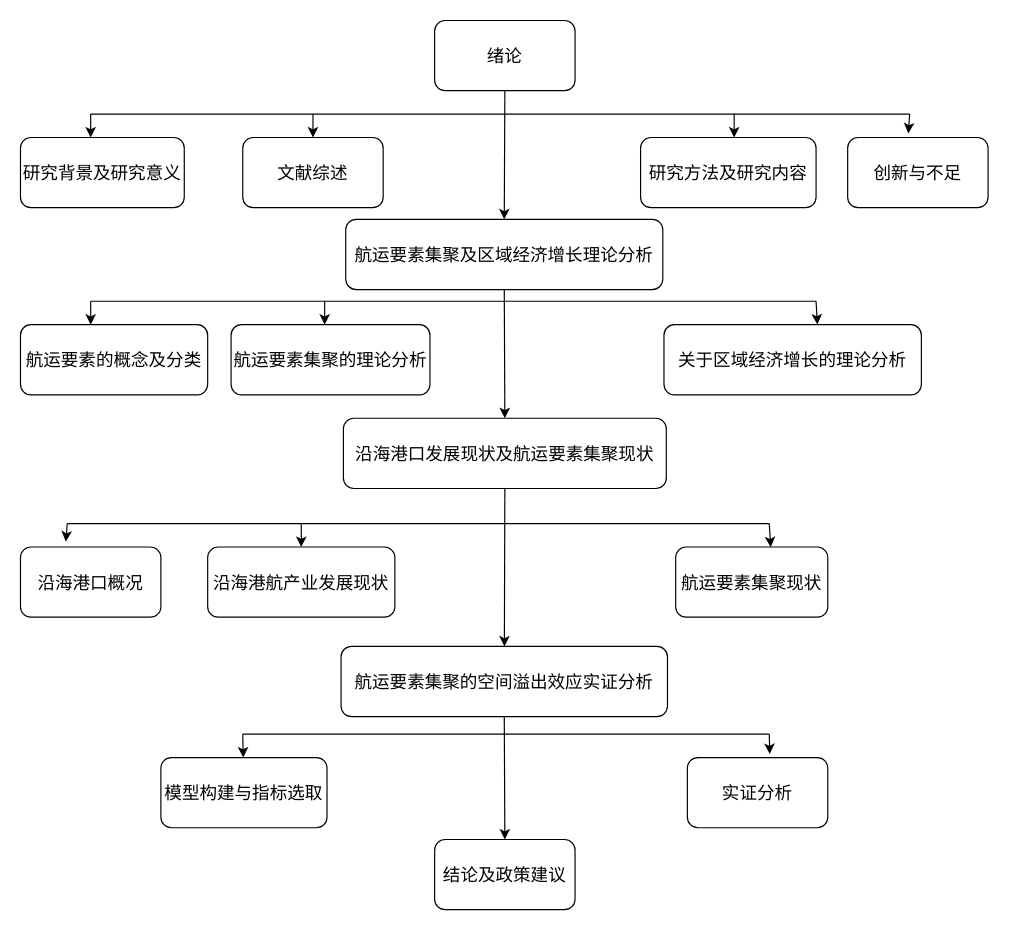
Before: page "Page-1" (1 of 2) of Untitled Diagram.drawio in lovelyxin1998/tokens, a draw.io diagram. Source tidied: cells renumbered, new cells numbered last; positions are measured from the earlier drawing's top-left corner, leaving out a move shared by most shapes. Both pictures are drawn from the tidied source at 117%, with x=0, y=0 at pixel (20, 20).
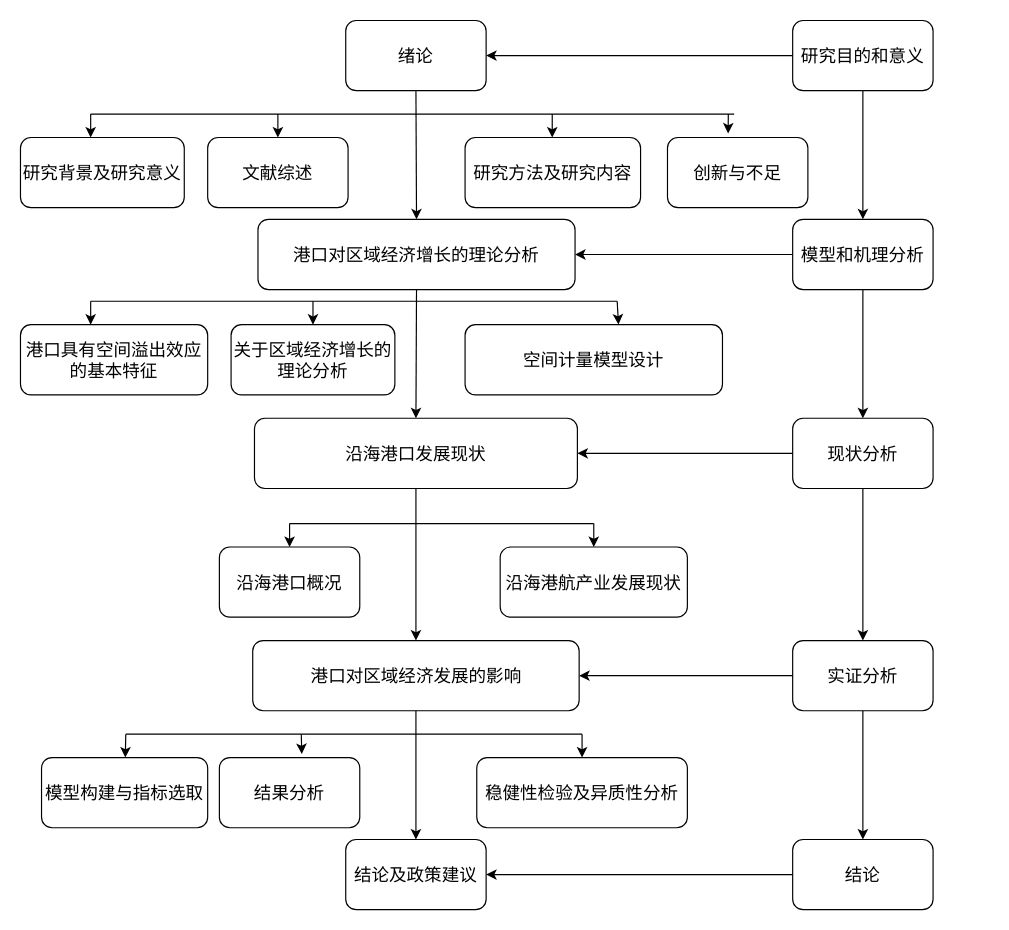
The same page after the edit.

What changed in the source:
```diff
@@
     <mxCell id="2" value="文献综述" style="rounded=1;whiteSpace=wrap;html=1;fontSize=15;" parent="1" vertex="1">
-      <mxGeometry x="190" y="100" width="120" height="60" as="geometry" />
+      <mxGeometry x="160" y="100" width="120" height="60" as="geometry" />
     </mxCell>
@@
     <mxCell id="4" value="研究方法及研究内容" style="rounded=1;whiteSpace=wrap;html=1;fontSize=15;" parent="1" vertex="1">
-      <mxGeometry x="530" y="100" width="150" height="60" as="geometry" />
+      <mxGeometry x="380" y="100" width="150" height="60" as="geometry" />
     </mxCell>
     <mxCell id="5" value="创新与不足" style="rounded=1;whiteSpace=wrap;html=1;fontSize=15;" parent="1" vertex="1">
-      <mxGeometry x="707" y="100" width="120" height="60" as="geometry" />
+      <mxGeometry x="553" y="100" width="120" height="60" as="geometry" />
     </mxCell>
-    <mxCell id="6" value="航运要素集聚及区域经济增长理论分析" style="rounded=1;whiteSpace=wrap;html=1;fontSize=15;" parent="1" vertex="1">
-      <mxGeometry x="278" y="170" width="271" height="60" as="geometry" />
+    <mxCell id="6" value="港口对区域经济增长的理论分析" style="rounded=1;whiteSpace=wrap;html=1;fontSize=15;" parent="1" vertex="1">
+      <mxGeometry x="203" y="170" width="271" height="60" as="geometry" />
     </mxCell>
-    <mxCell id="7" value="沿海港口发展现状及航运要素集聚现状" style="rounded=1;whiteSpace=wrap;html=1;fontSize=15;" parent="1" vertex="1">
-      <mxGeometry x="276" y="340" width="276" height="60" as="geometry" />
+    <mxCell id="7" value="沿海港口发展现状" style="rounded=1;whiteSpace=wrap;html=1;fontSize=15;" parent="1" vertex="1">
+      <mxGeometry x="200" y="340" width="276" height="60" as="geometry" />
     </mxCell>
-    <mxCell id="8" value="航运要素集聚的空间溢出效应实证分析" style="rounded=1;whiteSpace=wrap;html=1;fontSize=15;" parent="1" vertex="1">
-      <mxGeometry x="274" y="535" width="279" height="60" as="geometry" />
+    <mxCell id="8" value="港口对区域经济发展的影响" style="rounded=1;whiteSpace=wrap;html=1;fontSize=15;" parent="1" vertex="1">
+      <mxGeometry x="198.5" y="530" width="279" height="60" as="geometry" />
     </mxCell>
     <mxCell id="9" value="结论及政策建议" style="rounded=1;whiteSpace=wrap;html=1;fontSize=15;" parent="1" vertex="1">
-      <mxGeometry x="354" y="700" width="120" height="60" as="geometry" />
+      <mxGeometry x="278" y="700" width="120" height="60" as="geometry" />
     </mxCell>
     <mxCell id="10" value="绪论" style="rounded=1;whiteSpace=wrap;html=1;fontSize=15;" parent="1" vertex="1">
-      <mxGeometry x="354" width="120" height="60" as="geometry" />
+      <mxGeometry x="278" width="120" height="60" as="geometry" />
     </mxCell>
     <mxCell id="11" style="endArrow=none;html=1;rounded=0;fontSize=15;" parent="1" edge="1">
       <mxGeometry relative="1" as="geometry">
         <mxPoint x="60" y="80" as="sourcePoint" />
-        <mxPoint x="760" y="80" as="targetPoint" />
+        <mxPoint x="610" y="80" as="targetPoint" />
       </mxGeometry>
     </mxCell>
@@
-    <mxCell id="14" value="航运要素的概念及分类" style="rounded=1;whiteSpace=wrap;html=1;fontSize=15;" parent="1" vertex="1">
+    <mxCell id="14" value="港口具有空间溢出效应的基本特征" style="rounded=1;whiteSpace=wrap;html=1;fontSize=15;" parent="1" vertex="1">
       <mxGeometry y="260" width="160" height="60" as="geometry" />
     </mxCell>
-    <mxCell id="15" value="航运要素集聚的理论分析" style="rounded=1;whiteSpace=wrap;html=1;fontSize=15;" parent="1" vertex="1">
-      <mxGeometry x="180" y="260" width="170" height="60" as="geometry" />
+    <mxCell id="15" value="关于区域经济增长的理论分析" style="rounded=1;whiteSpace=wrap;html=1;fontSize=15;" parent="1" vertex="1">
+      <mxGeometry x="180" y="260" width="140" height="60" as="geometry" />
     </mxCell>
-    <mxCell id="16" value="关于区域经济增长的理论分析" style="rounded=1;whiteSpace=wrap;html=1;fontSize=15;" parent="1" vertex="1">
-      <mxGeometry x="550" y="260" width="220" height="60" as="geometry" />
+    <mxCell id="16" value="空间计量模型设计" style="rounded=1;whiteSpace=wrap;html=1;fontSize=15;" parent="1" vertex="1">
+      <mxGeometry x="380" y="260" width="220" height="60" as="geometry" />
     </mxCell>
     <mxCell id="17" value="沿海港口概况" style="rounded=1;whiteSpace=wrap;html=1;fontSize=15;" parent="1" vertex="1">
-      <mxGeometry y="450" width="120" height="60" as="geometry" />
+      <mxGeometry x="170" y="450" width="120" height="60" as="geometry" />
     </mxCell>
     <mxCell id="18" value="沿海港航产业发展现状" style="rounded=1;whiteSpace=wrap;html=1;fontSize=15;" parent="1" vertex="1">
-      <mxGeometry x="160" y="450" width="160" height="60" as="geometry" />
+      <mxGeometry x="410" y="450" width="160" height="60" as="geometry" />
     </mxCell>
-    <mxCell id="19" value="航运要素集聚现状" style="rounded=1;whiteSpace=wrap;html=1;fontSize=15;" parent="1" vertex="1">
-      <mxGeometry x="560" y="450" width="130" height="60" as="geometry" />
-    </mxCell>
     <mxCell id="20" value="模型构建与指标选取" style="rounded=1;whiteSpace=wrap;html=1;fontSize=15;" parent="1" vertex="1">
-      <mxGeometry x="120" y="630" width="142" height="60" as="geometry" />
+      <mxGeometry x="18" y="630" width="142" height="60" as="geometry" />
     </mxCell>
-    <mxCell id="21" value="实证分析" style="rounded=1;whiteSpace=wrap;html=1;fontSize=15;" parent="1" vertex="1">
-      <mxGeometry x="570" y="630" width="120" height="60" as="geometry" />
+    <mxCell id="21" value="结果分析" style="rounded=1;whiteSpace=wrap;html=1;fontSize=15;" parent="1" vertex="1">
+      <mxGeometry x="170" y="630" width="120" height="60" as="geometry" />
     </mxCell>
@@
     <mxCell id="25" style="endArrow=none;html=1;rounded=0;fontSize=15;" parent="1" edge="1">
       <mxGeometry relative="1" as="geometry">
         <mxPoint x="60" y="240" as="sourcePoint" />
-        <mxPoint x="680" y="240" as="targetPoint" />
+        <mxPoint x="510" y="240" as="targetPoint" />
       </mxGeometry>
     </mxCell>
-    <mxCell id="26" style="endArrow=none;html=1;rounded=0;fontSize=15;" parent="1" edge="1">
-      <mxGeometry relative="1" as="geometry">
-        <mxPoint x="40" y="430" as="sourcePoint" />
-        <mxPoint x="640" y="430" as="targetPoint" />
-      </mxGeometry>
-    </mxCell>
@@
     <mxCell id="28" style="endArrow=none;html=1;rounded=0;fontSize=15;" parent="1" edge="1">
       <mxGeometry relative="1" as="geometry">
-        <mxPoint x="190" y="610" as="sourcePoint" />
-        <mxPoint x="640" y="610" as="targetPoint" />
+        <mxPoint x="90" y="610" as="sourcePoint" />
+        <mxPoint x="480" y="610" as="targetPoint" />
       </mxGeometry>
     </mxCell>
     <mxCell id="29" style="endArrow=classic;html=1;rounded=0;fontSize=15;" parent="1" edge="1" target="20">
       <mxGeometry relative="1" as="geometry">
-        <mxPoint x="190" y="610" as="sourcePoint" />
+        <mxPoint x="90" y="610" as="sourcePoint" />
       </mxGeometry>
     </mxCell>
     <mxCell id="30" style="endArrow=classic;html=1;rounded=0;fontSize=15;entryX=0.587;entryY=-0.05;entryDx=0;entryDy=0;entryPerimeter=0;" parent="1" edge="1" target="21">
       <mxGeometry relative="1" as="geometry">
-        <mxPoint x="640" y="610" as="sourcePoint" />
+        <mxPoint x="240" y="610" as="sourcePoint" />
       </mxGeometry>
     </mxCell>
-    <mxCell id="31" style="endArrow=classic;html=1;rounded=0;fontSize=15;entryX=0.323;entryY=-0.077;entryDx=0;entryDy=0;entryPerimeter=0;" parent="1" edge="1" target="17">
+    <mxCell id="31" style="endArrow=classic;html=1;rounded=0;fontSize=15;entryX=0.5;entryY=0;entryDx=0;entryDy=0;" parent="1" edge="1" target="17">
       <mxGeometry relative="1" as="geometry">
-        <mxPoint x="40" y="430" as="sourcePoint" />
+        <mxPoint x="230" y="430" as="sourcePoint" />
       </mxGeometry>
     </mxCell>
-    <mxCell id="32" style="endArrow=classic;html=1;rounded=0;fontSize=15;" parent="1" edge="1" target="18">
-      <mxGeometry relative="1" as="geometry">
-        <mxPoint x="240" y="430" as="sourcePoint" />
-      </mxGeometry>
-    </mxCell>
-    <mxCell id="33" style="endArrow=classic;html=1;rounded=0;fontSize=15;entryX=0.625;entryY=0.003;entryDx=0;entryDy=0;entryPerimeter=0;" parent="1" edge="1" target="19">
+    <mxCell id="33" style="endArrow=classic;html=1;rounded=0;fontSize=15;entryX=0.5;entryY=0;entryDx=0;entryDy=0;" parent="1" edge="1" target="18">
       <mxGeometry relative="1" as="geometry">
-        <mxPoint x="640" y="430" as="sourcePoint" />
+        <mxPoint x="490" y="430" as="sourcePoint" />
       </mxGeometry>
     </mxCell>
-    <mxCell id="34" style="endArrow=classic;html=1;rounded=0;fontSize=15;" parent="1" edge="1">
+    <mxCell id="34" style="endArrow=classic;html=1;rounded=0;fontSize=15;entryX=0.5;entryY=0;entryDx=0;entryDy=0;" parent="1" edge="1" target="15">
       <mxGeometry relative="1" as="geometry">
-        <mxPoint x="260" y="240" as="sourcePoint" />
-        <mxPoint x="260" y="260" as="targetPoint" />
+        <mxPoint x="250" y="240" as="sourcePoint" />
       </mxGeometry>
     </mxCell>
     <mxCell id="35" style="endArrow=classic;html=1;rounded=0;fontSize=15;entryX=0.596;entryY=-0.003;entryDx=0;entryDy=0;entryPerimeter=0;" parent="1" edge="1" target="16">
       <mxGeometry relative="1" as="geometry">
-        <mxPoint x="680" y="240" as="sourcePoint" />
+        <mxPoint x="510" y="240" as="sourcePoint" />
       </mxGeometry>
     </mxCell>
     <mxCell id="36" style="endArrow=classic;html=1;rounded=0;fontSize=15;entryX=0.432;entryY=-0.057;entryDx=0;entryDy=0;entryPerimeter=0;" parent="1" edge="1" target="5">
       <mxGeometry relative="1" as="geometry">
-        <mxPoint x="760" y="80" as="sourcePoint" />
+        <mxPoint x="605" y="80" as="sourcePoint" />
       </mxGeometry>
     </mxCell>
     <mxCell id="37" style="endArrow=classic;html=1;rounded=0;fontSize=15;" parent="1" edge="1">
       <mxGeometry relative="1" as="geometry">
-        <mxPoint x="610" y="80" as="sourcePoint" />
-        <mxPoint x="610" y="100" as="targetPoint" />
+        <mxPoint x="454.5" y="80" as="sourcePoint" />
+        <mxPoint x="454.5" y="100" as="targetPoint" />
       </mxGeometry>
     </mxCell>
     <mxCell id="38" style="endArrow=classic;html=1;rounded=0;fontSize=15;" parent="1" edge="1" target="2">
       <mxGeometry relative="1" as="geometry">
-        <mxPoint x="250" y="80" as="sourcePoint" />
+        <mxPoint x="220" y="80" as="sourcePoint" />
       </mxGeometry>
     </mxCell>
+    <mxCell id="39" style="endArrow=none;html=1;rounded=0;" parent="1" edge="1">
+      <mxGeometry relative="1" as="geometry">
+        <mxPoint x="230" y="430" as="sourcePoint" />
+        <mxPoint x="490" y="430" as="targetPoint" />
+      </mxGeometry>
+    </mxCell>
+    <mxCell id="40" value="稳健性检验及异质性分析" style="rounded=1;whiteSpace=wrap;html=1;fontSize=15;" parent="1" vertex="1">
+      <mxGeometry x="390" y="630" width="180" height="60" as="geometry" />
+    </mxCell>
+    <mxCell id="41" style="endArrow=classic;html=1;rounded=0;fontSize=15;entryX=0.5;entryY=0;entryDx=0;entryDy=0;" parent="1" edge="1" target="40">
+      <mxGeometry relative="1" as="geometry">
+        <mxPoint x="480" y="610" as="sourcePoint" />
+      </mxGeometry>
+    </mxCell>
+    <mxCell id="42" value="研究目的和意义" style="rounded=1;whiteSpace=wrap;html=1;fontSize=15;" parent="1" vertex="1">
+      <mxGeometry x="660" width="120" height="60" as="geometry" />
+    </mxCell>
+    <mxCell id="43" value="模型和机理分析" style="rounded=1;whiteSpace=wrap;html=1;fontSize=15;" parent="1" vertex="1">
+      <mxGeometry x="660" y="170" width="120" height="60" as="geometry" />
+    </mxCell>
+    <mxCell id="44" value="现状分析" style="rounded=1;whiteSpace=wrap;html=1;fontSize=15;" parent="1" vertex="1">
+      <mxGeometry x="660" y="340" width="120" height="60" as="geometry" />
+    </mxCell>
+    <mxCell id="45" value="实证分析" style="rounded=1;whiteSpace=wrap;html=1;fontSize=15;" parent="1" vertex="1">
+      <mxGeometry x="660" y="530" width="120" height="60" as="geometry" />
+    </mxCell>
+    <mxCell id="46" value="结论" style="rounded=1;whiteSpace=wrap;html=1;fontSize=15;" parent="1" vertex="1">
+      <mxGeometry x="660" y="700" width="120" height="60" as="geometry" />
+    </mxCell>
+    <mxCell id="47" style="endArrow=classic;html=1;rounded=0;fontSize=15;exitX=0;exitY=0.5;exitDx=0;exitDy=0;entryX=1;entryY=0.5;entryDx=0;entryDy=0;" parent="1" edge="1" source="42" target="10">
+      <mxGeometry relative="1" as="geometry" />
+    </mxCell>
+    <mxCell id="48" style="endArrow=classic;html=1;rounded=0;fontSize=15;exitX=0;exitY=0.5;exitDx=0;exitDy=0;entryX=1;entryY=0.5;entryDx=0;entryDy=0;" parent="1" edge="1" source="43" target="6">
+      <mxGeometry relative="1" as="geometry" />
+    </mxCell>
+    <mxCell id="49" style="endArrow=classic;html=1;rounded=0;fontSize=15;exitX=0;exitY=0.5;exitDx=0;exitDy=0;entryX=1;entryY=0.5;entryDx=0;entryDy=0;" parent="1" edge="1" source="44" target="7">
+      <mxGeometry relative="1" as="geometry" />
+    </mxCell>
+    <mxCell id="50" style="endArrow=classic;html=1;rounded=0;fontSize=15;exitX=0;exitY=0.5;exitDx=0;exitDy=0;entryX=1;entryY=0.5;entryDx=0;entryDy=0;" parent="1" edge="1" source="45" target="8">
+      <mxGeometry relative="1" as="geometry" />
+    </mxCell>
+    <mxCell id="51" style="endArrow=classic;html=1;rounded=0;fontSize=15;exitX=0;exitY=0.5;exitDx=0;exitDy=0;entryX=1;entryY=0.5;entryDx=0;entryDy=0;" parent="1" edge="1" source="46" target="9">
+      <mxGeometry relative="1" as="geometry" />
+    </mxCell>
+    <mxCell id="52" style="endArrow=classic;html=1;rounded=0;fontSize=15;exitX=0.5;exitY=1;exitDx=0;exitDy=0;entryX=0.5;entryY=0;entryDx=0;entryDy=0;" parent="1" edge="1" source="42" target="43">
+      <mxGeometry relative="1" as="geometry" />
+    </mxCell>
+    <mxCell id="53" style="endArrow=classic;html=1;rounded=0;fontSize=15;exitX=0.5;exitY=1;exitDx=0;exitDy=0;entryX=0.5;entryY=0;entryDx=0;entryDy=0;" parent="1" edge="1" source="43" target="44">
+      <mxGeometry relative="1" as="geometry" />
+    </mxCell>
+    <mxCell id="54" style="endArrow=classic;html=1;rounded=0;fontSize=15;exitX=0.5;exitY=1;exitDx=0;exitDy=0;entryX=0.5;entryY=0;entryDx=0;entryDy=0;" parent="1" edge="1" source="44" target="45">
+      <mxGeometry relative="1" as="geometry" />
+    </mxCell>
+    <mxCell id="55" style="endArrow=classic;html=1;rounded=0;fontSize=15;exitX=0.5;exitY=1;exitDx=0;exitDy=0;entryX=0.5;entryY=0;entryDx=0;entryDy=0;" parent="1" edge="1" source="45" target="46">
+      <mxGeometry relative="1" as="geometry" />
+    </mxCell>
```
